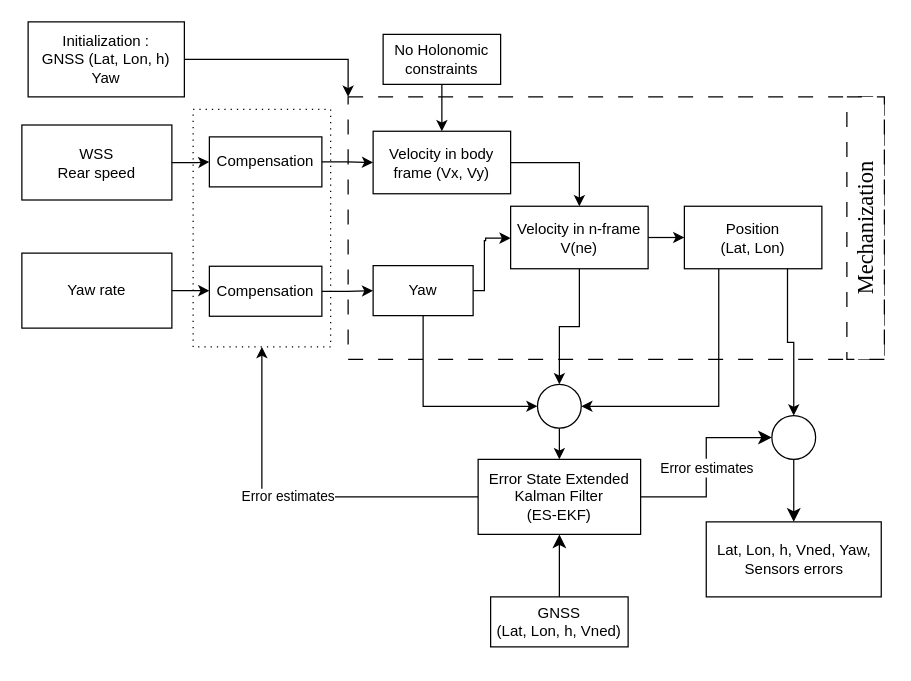
Above: page "GNSS_ODO" (7 of 7) of KFs_Geo.drawio in Kaloum2/KFs (draw.io), before the change. Source tidied: cells renumbered, new cells numbered last; positions are measured from the earlier drawing's top-left corner, leaving out a move shared by most shapes. Both pictures are drawn from the tidied source at 125%, with x=0, y=0 at pixel (21, 21).
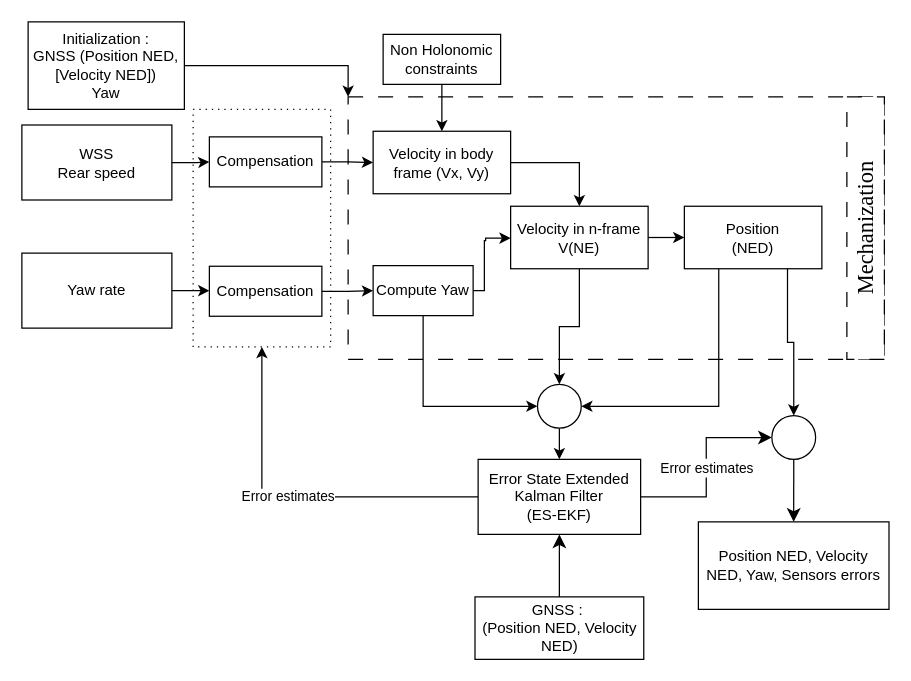
The same diagram, later.

Commit message:
Mettre à jour KFs_Geo.drawio

Diff of the diagram source:
```diff
@@
-    <mxCell id="10" value="Yaw" style="rounded=0;whiteSpace=wrap;html=1;labelBackgroundColor=none;" parent="1" vertex="1">
+    <mxCell id="10" value="Compute Yaw" style="rounded=0;whiteSpace=wrap;html=1;labelBackgroundColor=none;" parent="1" vertex="1">
       <mxGeometry x="281" y="195" width="80" height="40" as="geometry" />
     </mxCell>
@@
-    <mxCell id="13" value="Velocity in n-frame&lt;br&gt;V(ne)" style="rounded=0;whiteSpace=wrap;html=1;labelBackgroundColor=none;" parent="1" vertex="1">
+    <mxCell id="13" value="Velocity in n-frame&lt;br&gt;V(NE)" style="rounded=0;whiteSpace=wrap;html=1;labelBackgroundColor=none;" parent="1" vertex="1">
       <mxGeometry x="391" y="147.5" width="110" height="50" as="geometry" />
     </mxCell>
@@
-    <mxCell id="15" value="Position&lt;br&gt;(Lat, Lon)" style="rounded=0;whiteSpace=wrap;html=1;labelBackgroundColor=none;" parent="1" vertex="1">
+    <mxCell id="15" value="Position&lt;br&gt;(NED)" style="rounded=0;whiteSpace=wrap;html=1;labelBackgroundColor=none;" parent="1" vertex="1">
       <mxGeometry x="530" y="147.5" width="110" height="50" as="geometry" />
     </mxCell>
@@
-    <mxCell id="19" value="No Holonomic constraints" style="rounded=0;whiteSpace=wrap;html=1;labelBackgroundColor=none;" parent="1" vertex="1">
+    <mxCell id="19" value="Non Holonomic constraints" style="rounded=0;whiteSpace=wrap;html=1;labelBackgroundColor=none;" parent="1" vertex="1">
       <mxGeometry x="289" y="10" width="94" height="40" as="geometry" />
     </mxCell>
@@
-    <mxCell id="21" value="GNSS&lt;br&gt;(Lat, Lon, h, Vned)" style="rounded=0;whiteSpace=wrap;html=1;labelBackgroundColor=none;" parent="1" vertex="1">
-      <mxGeometry x="375" y="460" width="110" height="40" as="geometry" />
+    <mxCell id="21" value="GNSS :&amp;nbsp;&lt;br&gt;(Position NED, Velocity NED)" style="rounded=0;whiteSpace=wrap;html=1;labelBackgroundColor=none;" parent="1" vertex="1">
+      <mxGeometry x="362.5" y="460" width="135" height="50" as="geometry" />
     </mxCell>
@@
-    <mxCell id="25" value="Lat, Lon, h, Vned, Yaw, Sensors errors" style="rounded=0;whiteSpace=wrap;html=1;labelBackgroundColor=none;" parent="1" vertex="1">
-      <mxGeometry x="547.5" y="400" width="140" height="60" as="geometry" />
+    <mxCell id="25" value="Position NED, Velocity NED, Yaw, Sensors errors" style="rounded=0;whiteSpace=wrap;html=1;labelBackgroundColor=none;" parent="1" vertex="1">
+      <mxGeometry x="541.2" y="400" width="152.5" height="70" as="geometry" />
     </mxCell>
@@
-    <mxCell id="33" value="Initialization : &lt;br&gt;GNSS (Lat, Lon, h)&lt;br&gt;Yaw" style="rounded=0;whiteSpace=wrap;html=1;labelBackgroundColor=none;" parent="1" vertex="1">
-      <mxGeometry x="5" width="125" height="60" as="geometry" />
+    <mxCell id="33" value="Initialization : &lt;br&gt;GNSS (Position NED, [Velocity NED])&lt;br&gt;Yaw" style="rounded=0;whiteSpace=wrap;html=1;labelBackgroundColor=none;" parent="1" vertex="1">
+      <mxGeometry x="5" width="125" height="70" as="geometry" />
     </mxCell>
```
